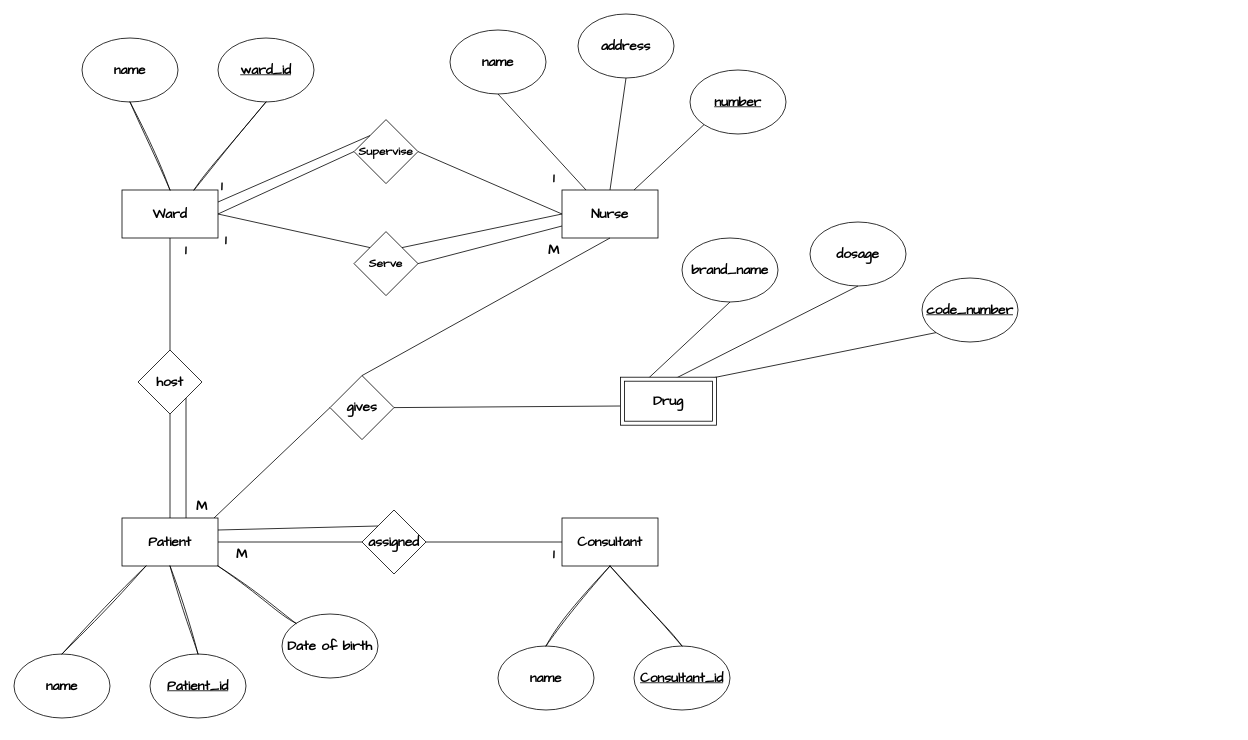
Earlier version of the draw.io diagram Erd4.drawio (you22ef/ERDs). Source tidied: cells renumbered, new cells numbered last; positions are measured from the earlier drawing's top-left corner, leaving out a move shared by most shapes. Both pictures are drawn from the tidied source at 80%, with x=0, y=0 at pixel (14, 14).
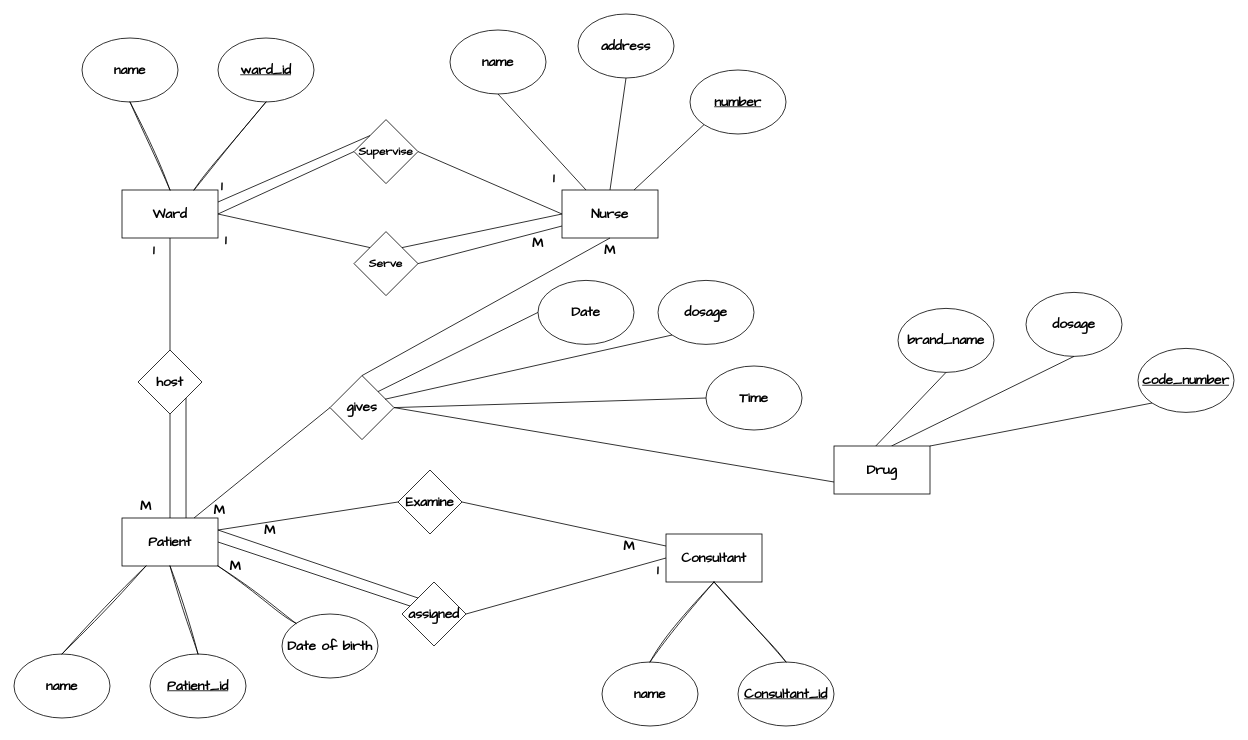
After the change.

The change refers to these unchanged cells:
```xml
<mxCell id="7" value="&lt;font face=&quot;Architects Daughter&quot; style=&quot;font-size: 17px;&quot;&gt;&lt;b&gt;Patient&lt;/b&gt;&lt;/font&gt;" style="rounded=0;whiteSpace=wrap;html=1;" parent="1" vertex="1">
  <mxGeometry x="135" y="630" width="120" height="60" as="geometry" />
</mxCell>
<mxCell id="38" value="&lt;font size=&quot;1&quot; face=&quot;Architects Daughter&quot;&gt;&lt;b style=&quot;font-size: 17px;&quot;&gt;gives&lt;/b&gt;&lt;/font&gt;" style="rhombus;whiteSpace=wrap;html=1;" parent="1" vertex="1">
  <mxGeometry x="395" y="452" width="80" height="80" as="geometry" />
</mxCell>
```

Diff of the diagram source:
```diff
@@
     <mxCell id="12" value="&lt;font face=&quot;Architects Daughter&quot; style=&quot;font-size: 17px;&quot;&gt;&lt;b&gt;1&lt;/b&gt;&lt;/font&gt;" style="text;html=1;align=center;verticalAlign=middle;whiteSpace=wrap;rounded=0;" parent="1" vertex="1">
-      <mxGeometry x="185" y="280" width="60" height="30" as="geometry" />
+      <mxGeometry x="145" y="280" width="60" height="30" as="geometry" />
     </mxCell>
     <mxCell id="13" value="&lt;font face=&quot;Architects Daughter&quot; style=&quot;font-size: 17px;&quot;&gt;&lt;b&gt;M&lt;/b&gt;&lt;/font&gt;" style="text;html=1;align=center;verticalAlign=middle;whiteSpace=wrap;rounded=0;" parent="1" vertex="1">
-      <mxGeometry x="205" y="600" width="60" height="30" as="geometry" />
+      <mxGeometry x="135" y="600" width="60" height="30" as="geometry" />
     </mxCell>
@@
     <mxCell id="20" value="&lt;font face=&quot;Architects Daughter&quot; style=&quot;font-size: 17px;&quot;&gt;&lt;b&gt;Consultant&lt;/b&gt;&lt;/font&gt;" style="rounded=0;whiteSpace=wrap;html=1;" parent="1" vertex="1">
-      <mxGeometry x="685" y="630" width="120" height="60" as="geometry" />
+      <mxGeometry x="815" y="650" width="120" height="60" as="geometry" />
     </mxCell>
     <mxCell id="21" value="&lt;font face=&quot;Architects Daughter&quot; style=&quot;font-size: 17px;&quot;&gt;&lt;b&gt;name&lt;/b&gt;&lt;/font&gt;" style="ellipse;whiteSpace=wrap;html=1;" parent="1" vertex="1">
-      <mxGeometry x="605" y="790" width="120" height="80" as="geometry" />
+      <mxGeometry x="735" y="810" width="120" height="80" as="geometry" />
     </mxCell>
     <mxCell id="22" value="&lt;font face=&quot;Architects Daughter&quot; style=&quot;font-size: 17px;&quot;&gt;&lt;b&gt;&lt;u&gt;Consultant_id&lt;/u&gt;&lt;/b&gt;&lt;/font&gt;" style="ellipse;whiteSpace=wrap;html=1;" parent="1" vertex="1">
-      <mxGeometry x="775" y="790" width="120" height="80" as="geometry" />
+      <mxGeometry x="905" y="810" width="120" height="80" as="geometry" />
     </mxCell>
@@
     <mxCell id="26" value="&lt;font face=&quot;Architects Daughter&quot; style=&quot;font-size: 17px;&quot;&gt;&lt;b&gt;assigned&lt;/b&gt;&lt;/font&gt;" style="rhombus;whiteSpace=wrap;html=1;" parent="1" vertex="1">
-      <mxGeometry x="435" y="620" width="80" height="80" as="geometry" />
+      <mxGeometry x="485" y="710" width="80" height="80" as="geometry" />
     </mxCell>
@@
     <mxCell id="29" value="&lt;font face=&quot;Architects Daughter&quot; style=&quot;font-size: 17px;&quot;&gt;&lt;b&gt;M&lt;/b&gt;&lt;/font&gt;" style="text;html=1;align=center;verticalAlign=middle;whiteSpace=wrap;rounded=0;" parent="1" vertex="1">
-      <mxGeometry x="255" y="660" width="60" height="30" as="geometry" />
+      <mxGeometry x="247" y="676" width="60" height="30" as="geometry" />
     </mxCell>
     <mxCell id="30" value="&lt;font face=&quot;Architects Daughter&quot; style=&quot;font-size: 17px;&quot;&gt;&lt;b&gt;1&lt;/b&gt;&lt;/font&gt;" style="text;html=1;align=center;verticalAlign=middle;whiteSpace=wrap;rounded=0;" parent="1" vertex="1">
-      <mxGeometry x="645" y="660" width="60" height="30" as="geometry" />
+      <mxGeometry x="775" y="680" width="60" height="30" as="geometry" />
     </mxCell>
@@
     <mxCell id="39" value="&lt;font face=&quot;Architects Daughter&quot; style=&quot;font-size: 17px;&quot;&gt;&lt;b&gt;&lt;u&gt;code_number&lt;/u&gt;&lt;/b&gt;&lt;/font&gt;" style="ellipse;whiteSpace=wrap;html=1;" parent="1" vertex="1">
-      <mxGeometry x="1135" y="330" width="120" height="80" as="geometry" />
+      <mxGeometry x="1405" y="418" width="120" height="80" as="geometry" />
     </mxCell>
     <mxCell id="40" value="&lt;font face=&quot;Architects Daughter&quot; style=&quot;font-size: 17px;&quot;&gt;&lt;b&gt;brand_name&lt;/b&gt;&lt;/font&gt;" style="ellipse;whiteSpace=wrap;html=1;" parent="1" vertex="1">
-      <mxGeometry x="835" y="280" width="120" height="80" as="geometry" />
+      <mxGeometry x="1105" y="368" width="120" height="80" as="geometry" />
     </mxCell>
     <mxCell id="41" value="&lt;font face=&quot;Architects Daughter&quot; style=&quot;font-size: 17px;&quot;&gt;&lt;b&gt;dosage&lt;/b&gt;&lt;/font&gt;" style="ellipse;whiteSpace=wrap;html=1;" parent="1" vertex="1">
-      <mxGeometry x="995" y="260" width="120" height="80" as="geometry" />
+      <mxGeometry x="1265" y="348" width="120" height="80" as="geometry" />
     </mxCell>
-    <mxCell id="42" style="endArrow=none;html=1;rounded=0;entryX=0.5;entryY=1;entryDx=0;entryDy=0;exitX=0.25;exitY=0;exitDx=0;exitDy=0;" parent="1" edge="1" target="40">
-      <mxGeometry relative="1" as="geometry">
-        <mxPoint x="788" y="460" as="sourcePoint" />
-      </mxGeometry>
+    <mxCell id="42" style="endArrow=none;html=1;rounded=0;entryX=0.5;entryY=1;entryDx=0;entryDy=0;exitX=0.408;exitY=0.057;exitDx=0;exitDy=0;exitPerimeter=0;" parent="1" edge="1" source="47" target="40">
+      <mxGeometry relative="1" as="geometry" />
     </mxCell>
-    <mxCell id="43" style="endArrow=none;html=1;rounded=0;entryX=0.5;entryY=1;entryDx=0;entryDy=0;exitX=0.5;exitY=0;exitDx=0;exitDy=0;" parent="1" edge="1" target="41">
-      <mxGeometry relative="1" as="geometry">
-        <mxPoint x="818" y="460" as="sourcePoint" />
-      </mxGeometry>
+    <mxCell id="43" style="endArrow=none;html=1;rounded=0;entryX=0.5;entryY=1;entryDx=0;entryDy=0;exitX=0.598;exitY=0.001;exitDx=0;exitDy=0;exitPerimeter=0;" parent="1" edge="1" source="47" target="41">
+      <mxGeometry relative="1" as="geometry" />
     </mxCell>
-    <mxCell id="44" style="endArrow=none;html=1;rounded=0;entryX=0;entryY=1;entryDx=0;entryDy=0;exitX=0.75;exitY=0;exitDx=0;exitDy=0;" parent="1" edge="1" target="39">
-      <mxGeometry relative="1" as="geometry">
-        <mxPoint x="848" y="460" as="sourcePoint" />
-      </mxGeometry>
+    <mxCell id="44" style="endArrow=none;html=1;rounded=0;entryX=0;entryY=1;entryDx=0;entryDy=0;exitX=1;exitY=0;exitDx=0;exitDy=0;" parent="1" edge="1" source="47" target="39">
+      <mxGeometry relative="1" as="geometry" />
     </mxCell>
@@
-    <mxCell id="46" style="endArrow=none;html=1;rounded=0;exitX=1;exitY=0.5;exitDx=0;exitDy=0;entryX=0;entryY=0.5;entryDx=0;entryDy=0;" parent="1" edge="1" source="38">
-      <mxGeometry relative="1" as="geometry">
-        <mxPoint x="758" y="490" as="targetPoint" />
-      </mxGeometry>
+    <mxCell id="46" style="endArrow=none;html=1;rounded=0;exitX=1;exitY=0.5;exitDx=0;exitDy=0;entryX=0;entryY=0.75;entryDx=0;entryDy=0;" parent="1" edge="1" source="38" target="47">
+      <mxGeometry relative="1" as="geometry" />
     </mxCell>
-    <mxCell id="47" value="&lt;font face=&quot;Architects Daughter&quot; style=&quot;font-size: 17px;&quot;&gt;&lt;b&gt;Drug&lt;/b&gt;&lt;/font&gt;" style="shape=ext;margin=3;double=1;whiteSpace=wrap;html=1;align=center;" parent="1" vertex="1">
-      <mxGeometry x="758" y="454" width="120" height="60" as="geometry" />
-    </mxCell>
@@
     <mxCell id="54" value="&lt;font face=&quot;Architects Daughter&quot; style=&quot;font-size: 17px;&quot;&gt;&lt;b&gt;M&lt;/b&gt;&lt;/font&gt;" style="text;html=1;align=center;verticalAlign=middle;whiteSpace=wrap;rounded=0;" parent="1" vertex="1">
-      <mxGeometry x="645" y="280" width="60" height="30" as="geometry" />
+      <mxGeometry x="625" y="272" width="60" height="30" as="geometry" />
     </mxCell>
@@
-    <mxCell id="60" style="endArrow=none;html=1;rounded=0;exitX=0.75;exitY=1;exitDx=0;exitDy=0;entryX=0;entryY=0.5;entryDx=0;entryDy=0;" parent="1" edge="1" source="13" target="38">
+    <mxCell id="60" style="endArrow=none;html=1;rounded=0;exitX=0.75;exitY=0;exitDx=0;exitDy=0;entryX=0;entryY=0.5;entryDx=0;entryDy=0;" parent="1" edge="1" source="7" target="38">
       <mxGeometry relative="1" as="geometry" />
     </mxCell>
+    <mxCell id="47" value="&lt;font face=&quot;Architects Daughter&quot;&gt;&lt;span style=&quot;font-size: 17px;&quot;&gt;&lt;b&gt;Drug&lt;/b&gt;&lt;/span&gt;&lt;/font&gt;" style="rounded=0;whiteSpace=wrap;html=1;" parent="1" vertex="1">
+      <mxGeometry x="1025" y="540" width="120" height="60" as="geometry" />
+    </mxCell>
+    <mxCell id="61" value="&lt;font face=&quot;Architects Daughter&quot; style=&quot;font-size: 17px;&quot;&gt;&lt;b&gt;Time&lt;/b&gt;&lt;/font&gt;" style="ellipse;whiteSpace=wrap;html=1;" parent="1" vertex="1">
+      <mxGeometry x="865" y="440" width="120" height="80" as="geometry" />
+    </mxCell>
+    <mxCell id="62" value="&lt;font face=&quot;Architects Daughter&quot; style=&quot;font-size: 17px;&quot;&gt;&lt;b&gt;Date&lt;/b&gt;&lt;/font&gt;" style="ellipse;whiteSpace=wrap;html=1;" parent="1" vertex="1">
+      <mxGeometry x="655" y="333" width="120" height="80" as="geometry" />
+    </mxCell>
+    <mxCell id="63" value="&lt;font face=&quot;Architects Daughter&quot; style=&quot;font-size: 17px;&quot;&gt;&lt;b&gt;dosage&lt;/b&gt;&lt;/font&gt;" style="ellipse;whiteSpace=wrap;html=1;" parent="1" vertex="1">
+      <mxGeometry x="805" y="333" width="120" height="80" as="geometry" />
+    </mxCell>
+    <mxCell id="64" style="endArrow=none;html=1;rounded=0;exitX=1;exitY=0;exitDx=0;exitDy=0;entryX=0;entryY=0.5;entryDx=0;entryDy=0;" parent="1" edge="1" source="38" target="62">
+      <mxGeometry relative="1" as="geometry" />
+    </mxCell>
+    <mxCell id="65" style="endArrow=none;html=1;rounded=0;exitX=0;exitY=1;exitDx=0;exitDy=0;entryX=0.86;entryY=0.369;entryDx=0;entryDy=0;entryPerimeter=0;" parent="1" edge="1" source="63" target="38">
+      <mxGeometry relative="1" as="geometry" />
+    </mxCell>
+    <mxCell id="66" style="endArrow=none;html=1;rounded=0;exitX=1;exitY=0.5;exitDx=0;exitDy=0;entryX=0;entryY=0.5;entryDx=0;entryDy=0;" parent="1" edge="1" source="38" target="61">
+      <mxGeometry relative="1" as="geometry" />
+    </mxCell>
+    <mxCell id="67" value="&lt;font face=&quot;Architects Daughter&quot; style=&quot;font-size: 17px;&quot;&gt;&lt;b&gt;M&lt;/b&gt;&lt;/font&gt;" style="text;html=1;align=center;verticalAlign=middle;whiteSpace=wrap;rounded=0;" parent="1" vertex="1">
+      <mxGeometry x="715" y="280" width="60" height="30" as="geometry" />
+    </mxCell>
+    <mxCell id="68" value="&lt;font face=&quot;Architects Daughter&quot; style=&quot;font-size: 17px;&quot;&gt;&lt;b&gt;M&lt;/b&gt;&lt;/font&gt;" style="text;html=1;align=center;verticalAlign=middle;whiteSpace=wrap;rounded=0;" parent="1" vertex="1">
+      <mxGeometry x="227" y="606" width="60" height="30" as="geometry" />
+    </mxCell>
+    <mxCell id="69" value="&lt;font face=&quot;Architects Daughter&quot; style=&quot;font-size: 17px;&quot;&gt;&lt;b&gt;Examine&lt;/b&gt;&lt;/font&gt;" style="rhombus;whiteSpace=wrap;html=1;" parent="1" vertex="1">
+      <mxGeometry x="480" y="570" width="80" height="80" as="geometry" />
+    </mxCell>
+    <mxCell id="70" style="endArrow=none;html=1;rounded=0;entryX=0;entryY=0.5;entryDx=0;entryDy=0;exitX=1;exitY=0.25;exitDx=0;exitDy=0;" parent="1" edge="1" source="7" target="69">
+      <mxGeometry relative="1" as="geometry" />
+    </mxCell>
+    <mxCell id="71" style="endArrow=none;html=1;rounded=0;entryX=1;entryY=0.5;entryDx=0;entryDy=0;exitX=0;exitY=0.25;exitDx=0;exitDy=0;" parent="1" edge="1" source="20" target="69">
+      <mxGeometry relative="1" as="geometry" />
+    </mxCell>
+    <mxCell id="72" value="&lt;font face=&quot;Architects Daughter&quot; style=&quot;font-size: 17px;&quot;&gt;&lt;b&gt;M&lt;/b&gt;&lt;/font&gt;" style="text;html=1;align=center;verticalAlign=middle;whiteSpace=wrap;rounded=0;" parent="1" vertex="1">
+      <mxGeometry x="290" y="630" width="60" height="30" as="geometry" />
+    </mxCell>
+    <mxCell id="73" value="&lt;font face=&quot;Architects Daughter&quot; style=&quot;font-size: 17px;&quot;&gt;&lt;b&gt;M&lt;/b&gt;&lt;/font&gt;" style="text;html=1;align=center;verticalAlign=middle;whiteSpace=wrap;rounded=0;" parent="1" vertex="1">
+      <mxGeometry x="739" y="650" width="60" height="30" as="geometry" />
+    </mxCell>
```
